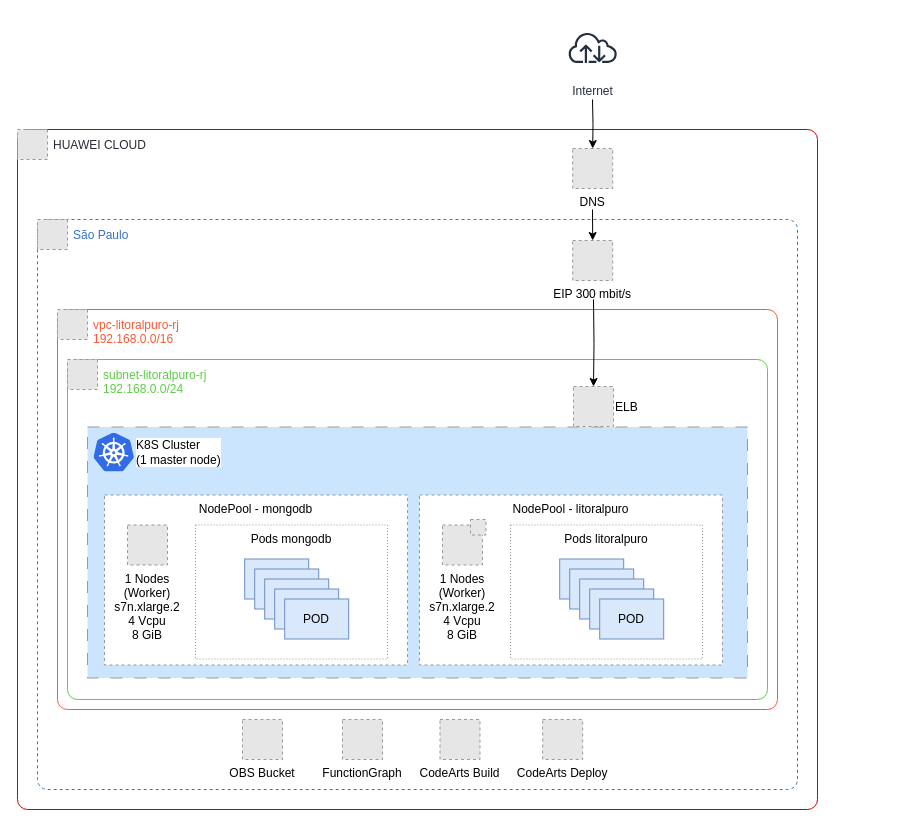
This is page "Arquitetura" (1 of 3) of src/drawio/Arquitetura.drawio from Hatz-D/Litoral-Puro-RJ, a draw.io file, before an edit. Source tidied: cells renumbered, new cells numbered last; positions are measured from the earlier drawing's top-left corner, leaving out a move shared by most shapes. Both pictures are drawn from the tidied source at 100%, with x=0, y=0 at pixel (17, 17). Pictures stored in the file or linked from it are replaced by grey dashed boxes.
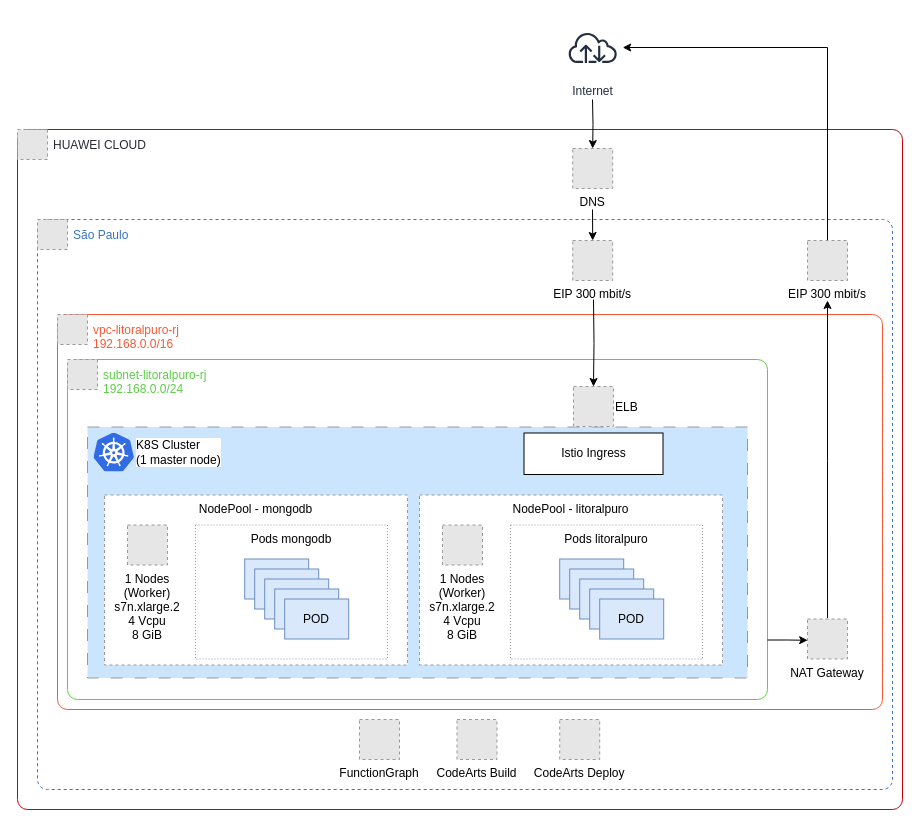
After the change.

The change refers to these unchanged cells:
```xml
<mxCell id="5" value="subnet-litoralpuro-rj&lt;br&gt;&lt;div&gt;192.168.0.0/24&lt;/div&gt;" style="rounded=1;whiteSpace=wrap;html=1;fillColor=none;strokeColor=#5ecc49;absoluteArcSize=1;imageHeight=24;arcSize=20;fontColor=#5ecc49;verticalAlign=top;align=left;spacingLeft=34;fontFamily=Arial;spacingTop=2;" parent="1" vertex="1">
  <mxGeometry x="50" y="342" width="700" height="340" as="geometry" />
</mxCell>
<mxCell id="18" value="Internet" style="sketch=0;outlineConnect=0;fontColor=#232F3E;gradientColor=none;strokeColor=#232F3E;fillColor=#ffffff;dashed=0;verticalLabelPosition=bottom;verticalAlign=top;align=center;html=1;fontSize=12;fontStyle=0;shape=mxgraph.aws4.resourceIcon;resIcon=mxgraph.aws4.internet;" parent="1" vertex="1">
  <mxGeometry x="545.2" width="60" height="60" as="geometry" />
</mxCell>
```

Change to the diagram source:
```diff
@@
     <mxCell id="2" value="&lt;span style=&quot;font-size: 12px;&quot;&gt;HUAWEI CLOUD&lt;/span&gt;" style="rounded=1;whiteSpace=wrap;html=1;fillColor=none;verticalAlign=top;align=left;spacingLeft=34;spacingTop=2;fontSize=12;fontStyle=0;fontColor=#282B33;strokeColor=#C7000B;fontFamily=Arial;absoluteArcSize=1;arcSize=20;" parent="1" vertex="1">
-      <mxGeometry y="112" width="800" height="680" as="geometry" />
+      <mxGeometry y="112" width="885" height="680" as="geometry" />
     </mxCell>
     <mxCell id="3" value="São Paulo" style="rounded=1;whiteSpace=wrap;html=1;fillColor=none;strokeColor=#3771c8;dashed=1;absoluteArcSize=1;imageHeight=24;arcSize=20;fontColor=#3771c8;verticalAlign=top;align=left;spacingLeft=34;fontFamily=Arial;spacingTop=2;" parent="1" vertex="1">
-      <mxGeometry x="20" y="202" width="760" height="570" as="geometry" />
+      <mxGeometry x="20" y="202" width="855" height="570" as="geometry" />
     </mxCell>
     <mxCell id="4" value="vpc-litoralpuro-rj&lt;div&gt;192.168.0.0/16&lt;/div&gt;" style="rounded=1;whiteSpace=wrap;html=1;fillColor=none;strokeColor=#f85835;absoluteArcSize=1;imageHeight=24;arcSize=20;fontColor=#f85835;verticalAlign=top;align=left;spacingLeft=34;fontFamily=Arial;spacingTop=2;" parent="1" vertex="1">
-      <mxGeometry x="40" y="292" width="720" height="400" as="geometry" />
+      <mxGeometry x="40" y="297" width="825" height="395" as="geometry" />
     </mxCell>
@@
     <mxCell id="19" value="FunctionGraph" style="fillColor=#E6E6E6;strokeColor=#999999;dashed=1;verticalLabelPosition=bottom;verticalAlign=top;" parent="1" vertex="1">
-      <mxGeometry x="325" y="702" width="40" height="40" as="geometry" />
+      <mxGeometry x="342" y="702" width="40" height="40" as="geometry" />
     </mxCell>
-    <mxCell id="20" value="OBS Bucket" style="fillColor=#E6E6E6;strokeColor=#999999;dashed=1;verticalLabelPosition=bottom;verticalAlign=top;" parent="1" vertex="1">
-      <mxGeometry x="225" y="702" width="40" height="40" as="geometry" />
-    </mxCell>
@@
     <mxCell id="25" style="fillColor=#E6E6E6;strokeColor=#999999;dashed=1;verticalLabelPosition=bottom;labelBackgroundColor=default;verticalAlign=top;" parent="1" vertex="1">
-      <mxGeometry x="40" y="292" width="30" height="30" as="geometry" />
+      <mxGeometry x="40" y="297" width="30" height="30" as="geometry" />
     </mxCell>
@@
-    <mxCell id="37" style="fillColor=#E6E6E6;strokeColor=#999999;dashed=1;verticalLabelPosition=bottom;verticalAlign=top;" parent="1" vertex="1">
-      <mxGeometry x="453" y="502" width="15.5" height="15.5" as="geometry" />
-    </mxCell>
     <mxCell id="38" value="CodeArts Deploy" style="fillColor=#E6E6E6;strokeColor=#999999;dashed=1;verticalLabelPosition=bottom;verticalAlign=top;" parent="1" vertex="1">
-      <mxGeometry x="525.2" y="702" width="40" height="40" as="geometry" />
+      <mxGeometry x="542.2" y="702" width="40" height="40" as="geometry" />
     </mxCell>
     <mxCell id="39" value="CodeArts Build" style="fillColor=#E6E6E6;strokeColor=#999999;dashed=1;verticalLabelPosition=bottom;verticalAlign=top;" parent="1" vertex="1">
-      <mxGeometry x="422.5" y="702" width="40" height="40" as="geometry" />
+      <mxGeometry x="439.5" y="702" width="40" height="40" as="geometry" />
     </mxCell>
+    <mxCell id="40" value="Istio Ingress" style="whiteSpace=wrap;html=1;" parent="1" vertex="1">
+      <mxGeometry x="506.5" y="415.5" width="139" height="41.5" as="geometry" />
+    </mxCell>
+    <mxCell id="41" value="NAT Gateway" style="fillColor=#E6E6E6;strokeColor=#999999;dashed=1;verticalLabelPosition=bottom;verticalAlign=top;" parent="1" vertex="1">
+      <mxGeometry x="790" y="601.5" width="40" height="40" as="geometry" />
+    </mxCell>
+    <mxCell id="42" style="edgeStyle=orthogonalEdgeStyle;rounded=0;jettySize=auto;html=1;" parent="1" edge="1" source="43" target="18">
+      <mxGeometry relative="1" as="geometry">
+        <Array as="points">
+          <mxPoint x="810" y="30" />
+        </Array>
+      </mxGeometry>
+    </mxCell>
+    <mxCell id="43" value="EIP 300 mbit/s" style="fillColor=#E6E6E6;strokeColor=#999999;dashed=1;verticalLabelPosition=bottom;verticalAlign=top;" parent="1" vertex="1">
+      <mxGeometry x="790" y="223" width="40" height="40" as="geometry" />
+    </mxCell>
+    <mxCell id="44" style="edgeStyle=orthogonalEdgeStyle;rounded=0;jettySize=auto;html=1;exitX=0.501;exitY=-0.028;exitDx=0;exitDy=0;exitPerimeter=0;" parent="1" edge="1" source="41">
+      <mxGeometry relative="1" as="geometry">
+        <mxPoint x="810" y="283" as="targetPoint" />
+      </mxGeometry>
+    </mxCell>
+    <mxCell id="45" style="edgeStyle=orthogonalEdgeStyle;rounded=0;jettySize=auto;html=1;exitX=1;exitY=0.825;exitDx=0;exitDy=0;exitPerimeter=0;entryX=0.004;entryY=0.532;entryDx=0;entryDy=0;entryPerimeter=0;" parent="1" edge="1" source="5" target="41">
+      <mxGeometry relative="1" as="geometry" />
+    </mxCell>
```
